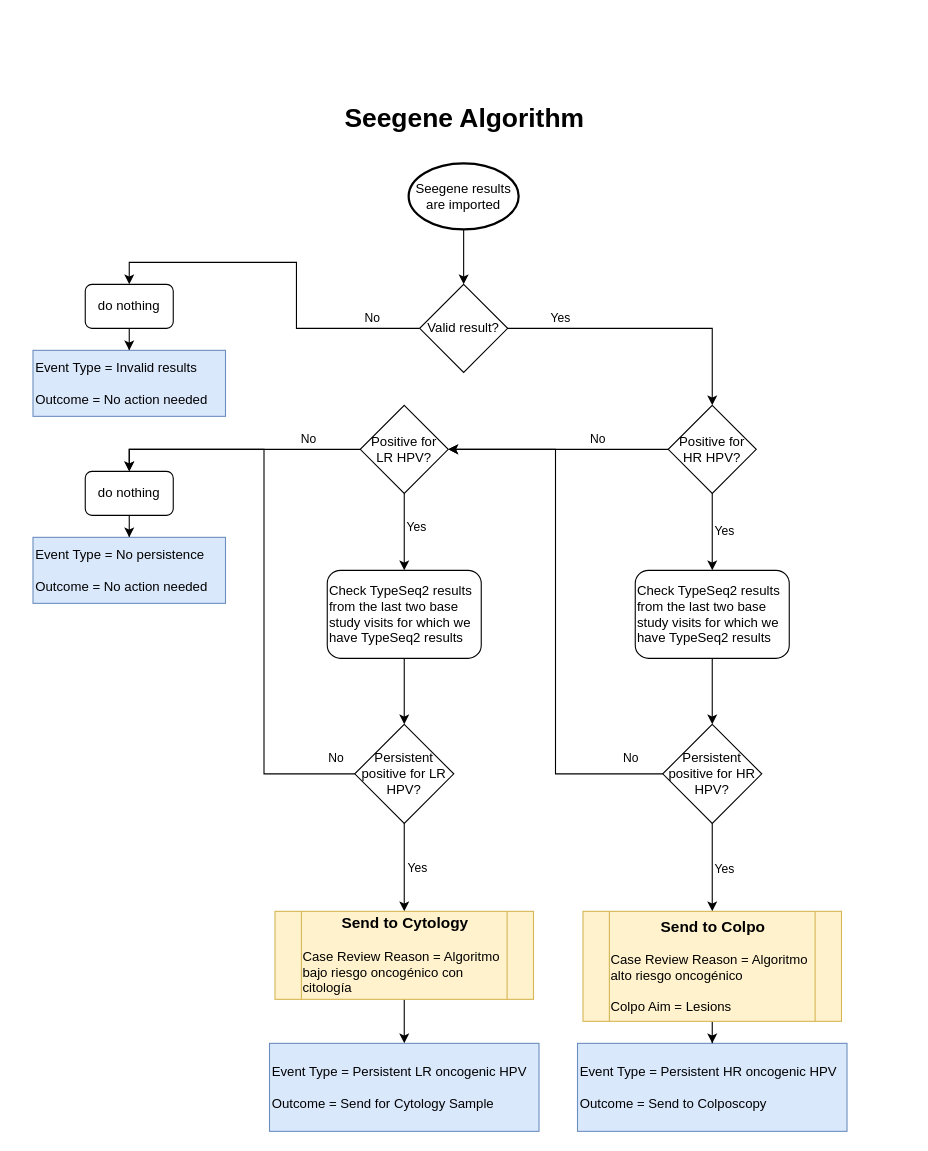
stealthv/aurora-algorithms keeps this draw.io diagram as Seegene algorithm.drawio. Above is the earlier version. Source tidied: cells renumbered, new cells numbered last; positions are measured from the earlier drawing's top-left corner, leaving out a move shared by most shapes. Both pictures are drawn from the tidied source at 110%, with x=0, y=0 at pixel (19, 101).
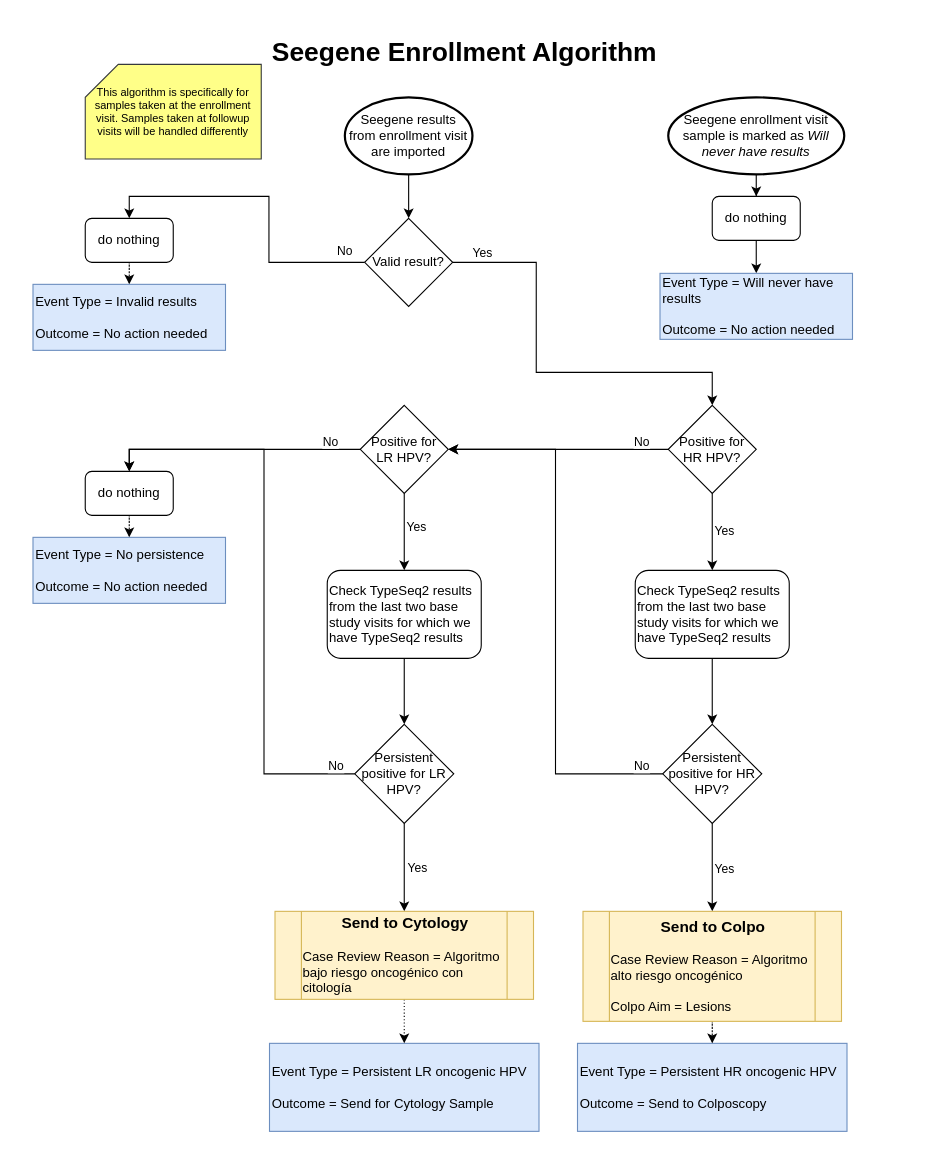
After the change.

The change refers to these unchanged cells:
```xml
<mxCell id="4" style="edgeStyle=orthogonalEdgeStyle;rounded=0;jettySize=auto;html=1;entryX=0.5;entryY=0;entryDx=0;entryDy=0;" parent="1" edge="1" source="8" target="10">
  <mxGeometry relative="1" as="geometry" />
</mxCell>
<mxCell id="12" style="edgeStyle=orthogonalEdgeStyle;rounded=0;jettySize=auto;html=1;exitX=0;exitY=0.5;exitDx=0;exitDy=0;entryX=1;entryY=0.5;entryDx=0;entryDy=0;" parent="1" edge="1" source="16" target="21">
  <mxGeometry relative="1" as="geometry" />
</mxCell>
<mxCell id="16" value="Positive for HR HPV?" style="rhombus;whiteSpace=wrap;html=1;" parent="1" vertex="1">
  <mxGeometry x="590" y="276" width="80" height="80" as="geometry" />
</mxCell>
<mxCell id="19" style="edgeStyle=orthogonalEdgeStyle;rounded=0;jettySize=auto;html=1;exitX=0;exitY=0.5;exitDx=0;exitDy=0;entryX=0.5;entryY=0;entryDx=0;entryDy=0;" parent="1" edge="1" source="21" target="23">
  <mxGeometry relative="1" as="geometry" />
</mxCell>
<mxCell id="23" value="do nothing" style="rounded=1;whiteSpace=wrap;html=1;" parent="1" vertex="1">
  <mxGeometry x="60" y="336" width="80" height="40" as="geometry" />
</mxCell>
<mxCell id="24" value="Event Type = No persistence&lt;div&gt;&lt;span style=&quot;&quot;&gt;&lt;br&gt;&lt;/span&gt;&lt;/div&gt;&lt;div&gt;&lt;span style=&quot;&quot;&gt;Outcome = No action needed&lt;/span&gt;&lt;/div&gt;" style="rounded=0;whiteSpace=wrap;html=1;align=left;labelBackgroundColor=none;fillColor=#dae8fc;strokeColor=#6c8ebf;" parent="1" vertex="1">
  <mxGeometry x="12.5" y="396" width="175" height="60" as="geometry" />
</mxCell>
<mxCell id="29" style="edgeStyle=orthogonalEdgeStyle;rounded=0;jettySize=auto;html=1;exitX=0;exitY=0.5;exitDx=0;exitDy=0;entryX=1;entryY=0.5;entryDx=0;entryDy=0;" parent="1" edge="1" source="31" target="21">
  <mxGeometry relative="1" as="geometry" />
</mxCell>
<mxCell id="33" value="Event Type = Persistent HR oncogenic HPV&lt;div&gt;&lt;span style=&quot;&quot;&gt;&lt;br&gt;&lt;/span&gt;&lt;/div&gt;&lt;div&gt;&lt;span style=&quot;&quot;&gt;Outcome =&amp;nbsp;&lt;/span&gt;Send to Colposcopy&lt;/div&gt;" style="rounded=0;whiteSpace=wrap;html=1;align=left;fillColor=#dae8fc;strokeColor=#6c8ebf;" parent="1" vertex="1">
  <mxGeometry x="507.5" y="856" width="245" height="80" as="geometry" />
</mxCell>
<mxCell id="35" value="&lt;div style=&quot;caret-color: rgb(0, 0, 0); color: rgb(0, 0, 0); font-family: Helvetica; font-size: 12px; font-style: normal; font-variant-caps: normal; font-weight: 400; letter-spacing: normal; orphans: 2; text-indent: 0px; text-transform: none; white-space: normal; widows: 2; word-spacing: 0px; -webkit-text-stroke-width: 0px; text-decoration-line: none; text-decoration-thickness: auto; text-decoration-style: solid; text-align: center;&quot;&gt;&lt;b&gt;&lt;font style=&quot;font-size: 14px;&quot;&gt;Send to Colpo&lt;/font&gt;&lt;/b&gt;&lt;/div&gt;&lt;div style=&quot;caret-color: rgb(0, 0, 0); color: rgb(0, 0, 0); font-family: Helvetica; font-size: 12px; font-style: normal; font-variant-caps: normal; font-weight: 400; letter-spacing: normal; orphans: 2; text-align: left; text-indent: 0px; text-transform: none; white-space: normal; widows: 2; word-spacing: 0px; -webkit-text-stroke-width: 0px; text-decoration-line: none; text-decoration-thickness: auto; text-decoration-style: solid;&quot;&gt;&lt;br&gt;&lt;/div&gt;&lt;div style=&quot;caret-color: rgb(0, 0, 0); color: rgb(0, 0, 0); font-family: Helvetica; font-size: 12px; font-style: normal; font-variant-caps: normal; font-weight: 400; letter-spacing: normal; orphans: 2; text-align: left; text-indent: 0px; text-transform: none; white-space: normal; widows: 2; word-spacing: 0px; -webkit-text-stroke-width: 0px; text-decoration-line: none; text-decoration-thickness: auto; text-decoration-style: solid;&quot;&gt;Case Review Reason = Algoritmo alto riesgo oncogénico&lt;/div&gt;&lt;div style=&quot;caret-color: rgb(0, 0, 0); color: rgb(0, 0, 0); font-family: Helvetica; font-size: 12px; font-style: normal; font-variant-caps: normal; font-weight: 400; letter-spacing: normal; orphans: 2; text-align: left; text-indent: 0px; text-transform: none; white-space: normal; widows: 2; word-spacing: 0px; -webkit-text-stroke-width: 0px; text-decoration-line: none; text-decoration-thickness: auto; text-decoration-style: solid;&quot;&gt;&lt;br&gt;&lt;div&gt;Colpo Aim = Lesions&lt;/div&gt;&lt;/div&gt;" style="shape=process;whiteSpace=wrap;html=1;backgroundOutline=1;fillColor=#fff2cc;strokeColor=#d6b656;" parent="1" vertex="1">
  <mxGeometry x="512.5" y="736" width="235" height="100" as="geometry" />
</mxCell>
<mxCell id="38" style="edgeStyle=orthogonalEdgeStyle;rounded=0;jettySize=auto;html=1;exitX=0;exitY=0.5;exitDx=0;exitDy=0;entryX=0.5;entryY=0;entryDx=0;entryDy=0;" parent="1" edge="1" source="42" target="23">
  <mxGeometry relative="1" as="geometry" />
</mxCell>
<mxCell id="44" value="Event Type = Persistent LR oncogenic HPV&lt;div&gt;&lt;span style=&quot;&quot;&gt;&lt;br&gt;&lt;/span&gt;&lt;/div&gt;&lt;div&gt;&lt;span style=&quot;&quot;&gt;Outcome =&amp;nbsp;&lt;/span&gt;Send for Cytology Sample&lt;/div&gt;" style="rounded=0;whiteSpace=wrap;html=1;align=left;fillColor=#dae8fc;strokeColor=#6c8ebf;" parent="1" vertex="1">
  <mxGeometry x="227.5" y="856" width="245" height="80" as="geometry" />
</mxCell>
<mxCell id="46" value="&lt;div style=&quot;caret-color: rgb(0, 0, 0); color: rgb(0, 0, 0); font-family: Helvetica; font-size: 12px; font-style: normal; font-variant-caps: normal; font-weight: 400; letter-spacing: normal; orphans: 2; text-indent: 0px; text-transform: none; white-space: normal; widows: 2; word-spacing: 0px; -webkit-text-stroke-width: 0px; text-decoration-line: none; text-decoration-thickness: auto; text-decoration-style: solid; text-align: center;&quot;&gt;&lt;b&gt;&lt;font style=&quot;font-size: 14px;&quot;&gt;Send to Cytology&lt;/font&gt;&lt;/b&gt;&lt;/div&gt;&lt;div style=&quot;caret-color: rgb(0, 0, 0); color: rgb(0, 0, 0); font-family: Helvetica; font-size: 12px; font-style: normal; font-variant-caps: normal; font-weight: 400; letter-spacing: normal; orphans: 2; text-align: left; text-indent: 0px; text-transform: none; white-space: normal; widows: 2; word-spacing: 0px; -webkit-text-stroke-width: 0px; text-decoration-line: none; text-decoration-thickness: auto; text-decoration-style: solid;&quot;&gt;&lt;br&gt;&lt;/div&gt;&lt;div style=&quot;caret-color: rgb(0, 0, 0); color: rgb(0, 0, 0); font-family: Helvetica; font-size: 12px; font-style: normal; font-variant-caps: normal; font-weight: 400; letter-spacing: normal; orphans: 2; text-align: left; text-indent: 0px; text-transform: none; white-space: normal; widows: 2; word-spacing: 0px; -webkit-text-stroke-width: 0px; text-decoration-line: none; text-decoration-thickness: auto; text-decoration-style: solid;&quot;&gt;Case Review Reason = Algoritmo bajo riesgo oncogénico con citología&lt;/div&gt;" style="shape=process;whiteSpace=wrap;html=1;backgroundOutline=1;fillColor=#fff2cc;strokeColor=#d6b656;" parent="1" vertex="1">
  <mxGeometry x="232.5" y="736" width="235" height="80" as="geometry" />
</mxCell>
```

The edit, as a diff of the source:
```diff
@@
-    <mxCell id="3" value="Seegene results are imported" style="strokeWidth=2;html=1;shape=mxgraph.flowchart.start_2;whiteSpace=wrap;" parent="1" vertex="1">
-      <mxGeometry x="354" y="56" width="100" height="60" as="geometry" />
+    <mxCell id="3" value="Seegene results from enrollment visit are imported" style="strokeWidth=2;html=1;shape=mxgraph.flowchart.start_2;whiteSpace=wrap;" parent="1" vertex="1">
+      <mxGeometry x="296" y="-4" width="116" height="70" as="geometry" />
     </mxCell>
@@
     <mxCell id="5" value="No" style="edgeLabel;html=1;align=center;verticalAlign=middle;" parent="4" vertex="1">
       <mxGeometry x="-0.18" y="-3" relative="1" as="geometry">
-        <mxPoint x="65" y="19" as="offset" />
+        <mxPoint x="65" y="23" as="offset" />
       </mxGeometry>
     </mxCell>
     <mxCell id="6" style="edgeStyle=orthogonalEdgeStyle;rounded=0;jettySize=auto;html=1;exitX=1;exitY=0.5;exitDx=0;exitDy=0;entryX=0.5;entryY=0;entryDx=0;entryDy=0;" parent="1" edge="1" source="8" target="16">
-      <mxGeometry relative="1" as="geometry" />
+      <mxGeometry relative="1" as="geometry">
+        <Array as="points">
+          <mxPoint x="470" y="146" />
+          <mxPoint x="470" y="246" />
+          <mxPoint x="630" y="246" />
+        </Array>
+      </mxGeometry>
     </mxCell>
     <mxCell id="7" value="Yes" style="edgeLabel;html=1;align=center;verticalAlign=middle;" parent="6" vertex="1">
       <mxGeometry x="-0.16" y="3" relative="1" as="geometry">
-        <mxPoint x="-61" y="-7" as="offset" />
+        <mxPoint x="-53" y="-87" as="offset" />
       </mxGeometry>
     </mxCell>
     <mxCell id="8" value="Valid result?" style="rhombus;whiteSpace=wrap;html=1;" parent="1" vertex="1">
-      <mxGeometry x="364" y="166" width="80" height="80" as="geometry" />
+      <mxGeometry x="314" y="106" width="80" height="80" as="geometry" />
     </mxCell>
-    <mxCell id="9" style="edgeStyle=orthogonalEdgeStyle;rounded=0;jettySize=auto;html=1;entryX=0.5;entryY=0;entryDx=0;entryDy=0;" parent="1" edge="1" source="10" target="11">
+    <mxCell id="9" style="edgeStyle=orthogonalEdgeStyle;rounded=0;jettySize=auto;html=1;entryX=0.5;entryY=0;entryDx=0;entryDy=0;dashed=1;dashPattern=1 2;" parent="1" edge="1" source="10" target="11">
       <mxGeometry relative="1" as="geometry" />
     </mxCell>
     <mxCell id="10" value="do nothing" style="rounded=1;whiteSpace=wrap;html=1;" parent="1" vertex="1">
-      <mxGeometry x="60" y="166" width="80" height="40" as="geometry" />
+      <mxGeometry x="60" y="106" width="80" height="40" as="geometry" />
     </mxCell>
     <mxCell id="11" value="Event Type = Invalid results&lt;div&gt;&lt;span style=&quot;&quot;&gt;&lt;br&gt;&lt;/span&gt;&lt;/div&gt;&lt;div&gt;&lt;span style=&quot;&quot;&gt;Outcome = No action needed&lt;/span&gt;&lt;/div&gt;" style="rounded=0;whiteSpace=wrap;html=1;align=left;labelBackgroundColor=none;fillColor=#dae8fc;strokeColor=#6c8ebf;" parent="1" vertex="1">
-      <mxGeometry x="12.5" y="226" width="175" height="60" as="geometry" />
+      <mxGeometry x="12.5" y="166" width="175" height="60" as="geometry" />
     </mxCell>
@@
     <mxCell id="13" value="No" style="edgeLabel;html=1;align=center;verticalAlign=middle;" parent="12" vertex="1">
       <mxGeometry x="-0.1" y="-3" relative="1" as="geometry">
-        <mxPoint x="25" y="-7" as="offset" />
+        <mxPoint x="65" y="-5" as="offset" />
       </mxGeometry>
     </mxCell>
@@
     <mxCell id="20" value="No" style="edgeLabel;html=1;align=center;verticalAlign=middle;" parent="19" vertex="1">
       <mxGeometry x="-0.14" y="-2" relative="1" as="geometry">
-        <mxPoint x="51" y="-8" as="offset" />
+        <mxPoint x="71" y="-6" as="offset" />
       </mxGeometry>
     </mxCell>
@@
-    <mxCell id="22" style="edgeStyle=orthogonalEdgeStyle;rounded=0;jettySize=auto;html=1;entryX=0.5;entryY=0;entryDx=0;entryDy=0;" parent="1" edge="1" source="23" target="24">
+    <mxCell id="22" style="edgeStyle=orthogonalEdgeStyle;rounded=0;jettySize=auto;html=1;entryX=0.5;entryY=0;entryDx=0;entryDy=0;dashed=1;dashPattern=1 2;" parent="1" edge="1" source="23" target="24">
       <mxGeometry relative="1" as="geometry" />
     </mxCell>
@@
     <mxCell id="30" value="No" style="edgeLabel;html=1;align=center;verticalAlign=middle;" parent="29" vertex="1">
       <mxGeometry x="-0.89" y="-3" relative="1" as="geometry">
-        <mxPoint x="-3" y="-12" as="offset" />
+        <mxPoint x="7" y="-5" as="offset" />
       </mxGeometry>
     </mxCell>
@@
-    <mxCell id="34" style="edgeStyle=orthogonalEdgeStyle;rounded=0;jettySize=auto;html=1;" parent="1" edge="1" source="35" target="33">
+    <mxCell id="34" style="edgeStyle=orthogonalEdgeStyle;rounded=0;jettySize=auto;html=1;dashed=1;dashPattern=1 2;" parent="1" edge="1" source="35" target="33">
       <mxGeometry relative="1" as="geometry" />
     </mxCell>
@@
     <mxCell id="39" value="No" style="edgeLabel;html=1;align=center;verticalAlign=middle;" parent="38" vertex="1">
       <mxGeometry x="-0.88" y="1" relative="1" as="geometry">
-        <mxPoint x="13" y="-16" as="offset" />
+        <mxPoint x="13" y="-9" as="offset" />
       </mxGeometry>
     </mxCell>
@@
-    <mxCell id="45" style="edgeStyle=orthogonalEdgeStyle;rounded=0;jettySize=auto;html=1;" parent="1" edge="1" source="46" target="44">
+    <mxCell id="45" style="edgeStyle=orthogonalEdgeStyle;rounded=0;jettySize=auto;html=1;dashed=1;dashPattern=1 2;" parent="1" edge="1" source="46" target="44">
       <mxGeometry relative="1" as="geometry" />
     </mxCell>
@@
-    <mxCell id="47" value="&lt;h1&gt;Seegene Algorithm&lt;/h1&gt;" style="text;html=1;whiteSpace=wrap;strokeColor=none;fillColor=none;align=center;verticalAlign=middle;rounded=0;" parent="1" vertex="1">
-      <mxGeometry width="810" height="30" as="geometry" />
+    <mxCell id="47" value="&lt;h1&gt;Seegene Enrollment Algorithm&lt;/h1&gt;" style="text;html=1;whiteSpace=wrap;strokeColor=none;fillColor=none;align=center;verticalAlign=middle;rounded=0;" parent="1" vertex="1">
+      <mxGeometry y="-60" width="810" height="30" as="geometry" />
     </mxCell>
+    <mxCell id="48" style="edgeStyle=orthogonalEdgeStyle;rounded=0;jettySize=auto;html=1;entryX=0.5;entryY=0;entryDx=0;entryDy=0;" parent="1" edge="1" source="49" target="52">
+      <mxGeometry relative="1" as="geometry" />
+    </mxCell>
+    <mxCell id="49" value="Seegene enrollment visit sample is marked as &lt;i&gt;Will never have results&lt;/i&gt;" style="strokeWidth=2;html=1;shape=mxgraph.flowchart.start_2;whiteSpace=wrap;" parent="1" vertex="1">
+      <mxGeometry x="590" y="-4" width="160" height="70" as="geometry" />
+    </mxCell>
+    <mxCell id="50" value="This algorithm is specifically for samples taken at the enrollment visit. Samples taken at followup visits will be handled differently" style="shape=card;whiteSpace=wrap;html=1;fontSize=10;fillColor=#ffff88;strokeColor=#36393d;" parent="1" vertex="1">
+      <mxGeometry x="60" y="-34" width="160" height="86" as="geometry" />
+    </mxCell>
+    <mxCell id="51" style="edgeStyle=orthogonalEdgeStyle;rounded=0;jettySize=auto;html=1;entryX=0.5;entryY=0;entryDx=0;entryDy=0;" parent="1" edge="1" source="52" target="53">
+      <mxGeometry relative="1" as="geometry" />
+    </mxCell>
+    <mxCell id="52" value="do nothing" style="rounded=1;whiteSpace=wrap;html=1;" parent="1" vertex="1">
+      <mxGeometry x="630" y="86" width="80" height="40" as="geometry" />
+    </mxCell>
+    <mxCell id="53" value="Event Type = Will never have results&lt;div&gt;&lt;span style=&quot;&quot;&gt;&lt;br&gt;&lt;/span&gt;&lt;/div&gt;&lt;div&gt;&lt;span style=&quot;&quot;&gt;Outcome = No action needed&lt;/span&gt;&lt;/div&gt;" style="rounded=0;whiteSpace=wrap;html=1;align=left;labelBackgroundColor=none;fillColor=#dae8fc;strokeColor=#6c8ebf;" parent="1" vertex="1">
+      <mxGeometry x="582.5" y="156" width="175" height="60" as="geometry" />
+    </mxCell>
```
